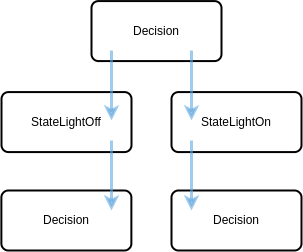
The draw.io diagram examples-platformIO/pir-light/assets/path-statechart.png in guimaraaes/cutes, before a commit. Source tidied: cells renumbered, new cells last; positions are measured from the earlier drawing's top-left corner, leaving out a move shared by most shapes. The source it was exported from:
```xml
<mxGraphModel>
  <root>
    <mxCell id="0" />
    <mxCell id="1" parent="0" />
    <mxCell id="2" value="Decision" style="rounded=1;whiteSpace=wrap;html=1;absoluteArcSize=1;arcSize=14;strokeWidth=2;" parent="1" vertex="1">
      <mxGeometry x="-0.1" y="189" width="130" height="60" as="geometry" />
    </mxCell>
    <mxCell id="3" value="Decision" style="rounded=1;whiteSpace=wrap;html=1;absoluteArcSize=1;arcSize=14;strokeWidth=2;" parent="1" vertex="1">
      <mxGeometry x="170" y="189" width="130" height="60" as="geometry" />
    </mxCell>
    <mxCell id="4" value="Decision" style="rounded=1;whiteSpace=wrap;html=1;absoluteArcSize=1;arcSize=14;strokeWidth=2;" parent="1" vertex="1">
      <mxGeometry x="90" y="-0.4" width="130" height="60" as="geometry" />
    </mxCell>
    <mxCell id="5" value="StateLightOff" style="rounded=1;whiteSpace=wrap;html=1;absoluteArcSize=1;arcSize=14;strokeWidth=2;" parent="1" vertex="1">
      <mxGeometry y="90.6" width="130" height="60" as="geometry" />
    </mxCell>
    <mxCell id="6" value="StateLightOn" style="rounded=1;whiteSpace=wrap;html=1;absoluteArcSize=1;arcSize=14;strokeWidth=2;" parent="1" vertex="1">
      <mxGeometry x="170" y="90.6" width="130" height="60" as="geometry" />
    </mxCell>
    <mxCell id="7" style="endArrow=classic;html=1;rounded=0;fillColor=#dae8fc;strokeColor=#63a8df;strokeWidth=3;opacity=60;" parent="1" edge="1">
      <mxGeometry relative="1" as="geometry">
        <mxPoint x="110" y="49" as="sourcePoint" />
        <mxPoint x="110" y="119" as="targetPoint" />
      </mxGeometry>
    </mxCell>
    <mxCell id="8" style="endArrow=classic;html=1;rounded=0;fillColor=#dae8fc;strokeColor=#63a8df;strokeWidth=3;opacity=60;" parent="1" edge="1">
      <mxGeometry relative="1" as="geometry">
        <mxPoint x="190" y="49" as="sourcePoint" />
        <mxPoint x="190" y="119" as="targetPoint" />
      </mxGeometry>
    </mxCell>
    <mxCell id="9" style="endArrow=classic;html=1;rounded=0;fillColor=#dae8fc;strokeColor=#63a8df;strokeWidth=3;opacity=60;" parent="1" edge="1">
      <mxGeometry relative="1" as="geometry">
        <mxPoint x="110" y="139" as="sourcePoint" />
        <mxPoint x="110" y="209" as="targetPoint" />
      </mxGeometry>
    </mxCell>
    <mxCell id="10" style="endArrow=classic;html=1;rounded=0;fillColor=#dae8fc;strokeColor=#63a8df;strokeWidth=3;opacity=60;" parent="1" edge="1">
      <mxGeometry relative="1" as="geometry">
        <mxPoint x="190" y="139" as="sourcePoint" />
        <mxPoint x="190" y="209" as="targetPoint" />
      </mxGeometry>
    </mxCell>
  </root>
</mxGraphModel>
```
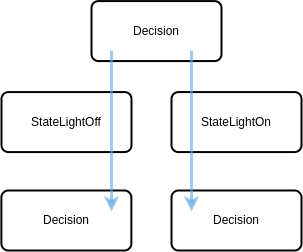
Above is the later version.

The edit, as a diff of the source:
```diff
@@ -20,26 +20,13 @@
     <mxCell id="7" style="endArrow=classic;html=1;rounded=0;fillColor=#dae8fc;strokeColor=#63a8df;strokeWidth=3;opacity=60;" parent="1" edge="1">
       <mxGeometry relative="1" as="geometry">
         <mxPoint x="110" y="49" as="sourcePoint" />
-        <mxPoint x="110" y="119" as="targetPoint" />
+        <mxPoint x="110" y="210" as="targetPoint" />
       </mxGeometry>
     </mxCell>
-    <mxCell id="8" style="endArrow=classic;html=1;rounded=0;fillColor=#dae8fc;strokeColor=#63a8df;strokeWidth=3;opacity=60;" parent="1" edge="1">
+    <mxCell id="8" style="endArrow=classic;html=1;rounded=0;fillColor=#dae8fc;strokeColor=#63a8df;strokeWidth=3;opacity=60;entryX=0.154;entryY=0.35;entryDx=0;entryDy=0;entryPerimeter=0;" parent="1" edge="1" target="3">
       <mxGeometry relative="1" as="geometry">
         <mxPoint x="190" y="49" as="sourcePoint" />
-        <mxPoint x="190" y="119" as="targetPoint" />
       </mxGeometry>
     </mxCell>
-    <mxCell id="9" style="endArrow=classic;html=1;rounded=0;fillColor=#dae8fc;strokeColor=#63a8df;strokeWidth=3;opacity=60;" parent="1" edge="1">
-      <mxGeometry relative="1" as="geometry">
-        <mxPoint x="110" y="139" as="sourcePoint" />
-        <mxPoint x="110" y="209" as="targetPoint" />
-      </mxGeometry>
-    </mxCell>
-    <mxCell id="10" style="endArrow=classic;html=1;rounded=0;fillColor=#dae8fc;strokeColor=#63a8df;strokeWidth=3;opacity=60;" parent="1" edge="1">
-      <mxGeometry relative="1" as="geometry">
-        <mxPoint x="190" y="139" as="sourcePoint" />
-        <mxPoint x="190" y="209" as="targetPoint" />
-      </mxGeometry>
-    </mxCell>
   </root>
 </mxGraphModel>
```
